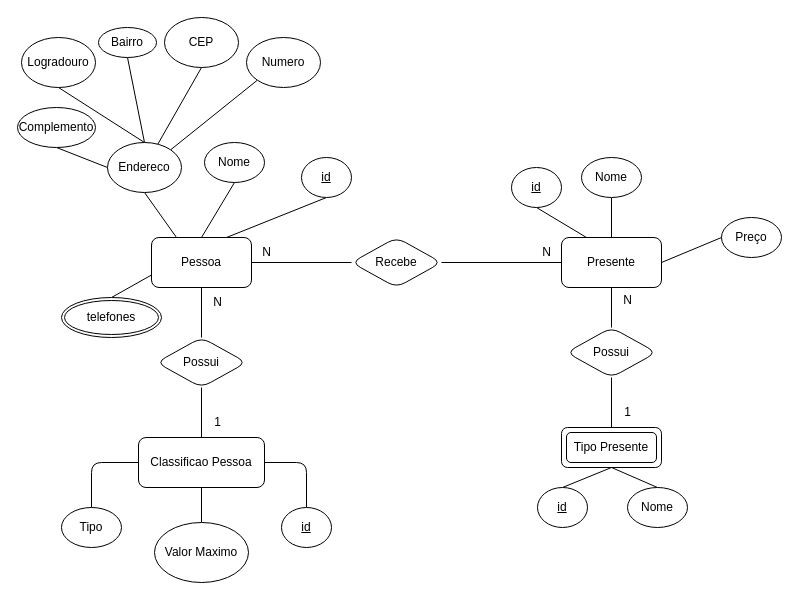
Before: ambiente-de-dados/atividade-4/der.drawio in caiociribeiro/unifor-2025.1, a draw.io diagram. Source tidied: cells renumbered, new cells numbered last; positions are measured from the earlier drawing's top-left corner, leaving out a move shared by most shapes. Both pictures are drawn from the tidied source at 100%, with x=0, y=0 at pixel (17, 17).
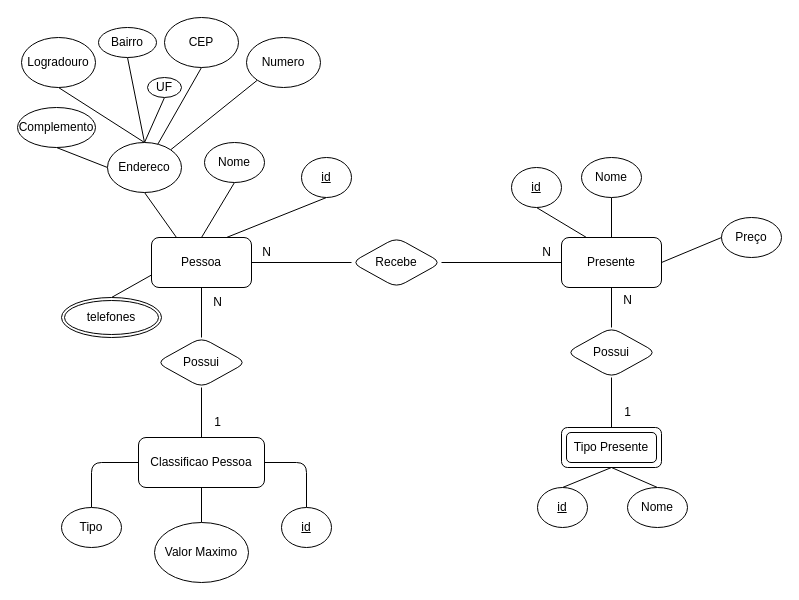
After the change.

Unchanged cells that the change refers to:
```xml
<mxCell id="42" value="Endereco" style="ellipse;whiteSpace=wrap;html=1;rounded=1;labelBackgroundColor=none;" parent="1" vertex="1">
  <mxGeometry x="90" y="125" width="74" height="50" as="geometry" />
</mxCell>
```

Diff of the diagram source:
```diff
@@
+    <mxCell id="57" style="rounded=0;jettySize=auto;html=1;exitX=0.5;exitY=0;exitDx=0;exitDy=0;entryX=0.5;entryY=1;entryDx=0;entryDy=0;endArrow=none;startFill=0;" parent="1" edge="1" source="42" target="58">
+      <mxGeometry relative="1" as="geometry" />
+    </mxCell>
@@
+    <mxCell id="58" value="UF" style="ellipse;whiteSpace=wrap;html=1;rounded=1;labelBackgroundColor=none;" parent="1" vertex="1">
+      <mxGeometry x="130" y="60" width="34" height="20" as="geometry" />
+    </mxCell>
```
